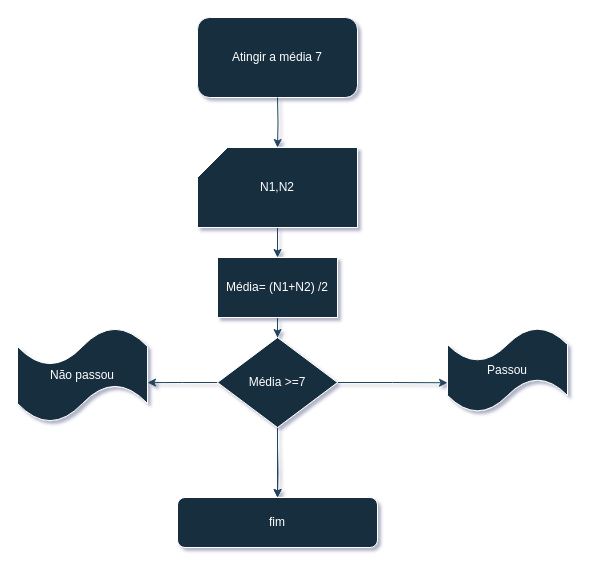
Enzo-Santos06/teste keeps this draw.io diagram as Diagrama sem nome.drawio. Above is the earlier version. Source tidied: cells renumbered, new cells numbered last; positions are measured from the earlier drawing's top-left corner, leaving out a move shared by most shapes. Both pictures are drawn from the tidied source at 100%, with x=0, y=0 at pixel (17, 17).
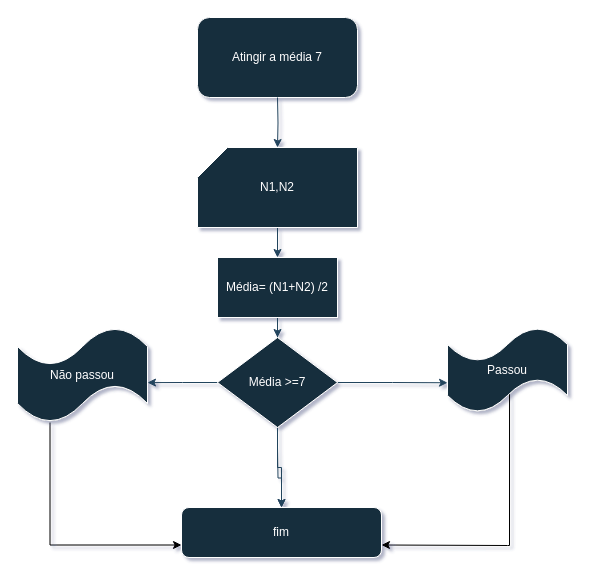
Above is the later version.

Commit message:
Média entre dois números

The change refers to these unchanged cells:
```xml
<mxCell id="5" value="Passou" style="shape=tape;whiteSpace=wrap;html=1;labelBackgroundColor=none;fillColor=#182E3E;strokeColor=#FFFFFF;fontColor=#FFFFFF;" parent="1" vertex="1">
  <mxGeometry x="430" y="310" width="120" height="85" as="geometry" />
</mxCell>
<mxCell id="6" value="Não passou" style="shape=tape;whiteSpace=wrap;html=1;labelBackgroundColor=none;fillColor=#182E3E;strokeColor=#FFFFFF;fontColor=#FFFFFF;" parent="1" vertex="1">
  <mxGeometry y="310" width="130" height="95" as="geometry" />
</mxCell>
```

What changed in the source:
```diff
@@
+    <mxCell id="16" style="edgeStyle=orthogonalEdgeStyle;rounded=0;jettySize=auto;html=1;entryX=1;entryY=0.75;entryDx=0;entryDy=0;exitX=0.517;exitY=0.765;exitDx=0;exitDy=0;exitPerimeter=0;" parent="1" edge="1" source="5" target="7">
+      <mxGeometry relative="1" as="geometry">
+        <Array as="points">
+          <mxPoint x="492" y="528" />
+          <mxPoint x="490" y="528" />
+        </Array>
+      </mxGeometry>
+    </mxCell>
@@
+    <mxCell id="17" style="edgeStyle=orthogonalEdgeStyle;rounded=0;jettySize=auto;html=1;exitX=0.25;exitY=1;exitDx=0;exitDy=0;exitPerimeter=0;entryX=0;entryY=0.75;entryDx=0;entryDy=0;" parent="1" edge="1" source="6" target="7">
+      <mxGeometry relative="1" as="geometry" />
+    </mxCell>
@@
     <mxCell id="7" value="fim" style="rounded=1;whiteSpace=wrap;html=1;labelBackgroundColor=none;fillColor=#182E3E;strokeColor=#FFFFFF;fontColor=#FFFFFF;" parent="1" vertex="1">
-      <mxGeometry x="160" y="480" width="200" height="50" as="geometry" />
+      <mxGeometry x="164" y="490" width="200" height="50" as="geometry" />
     </mxCell>
```
